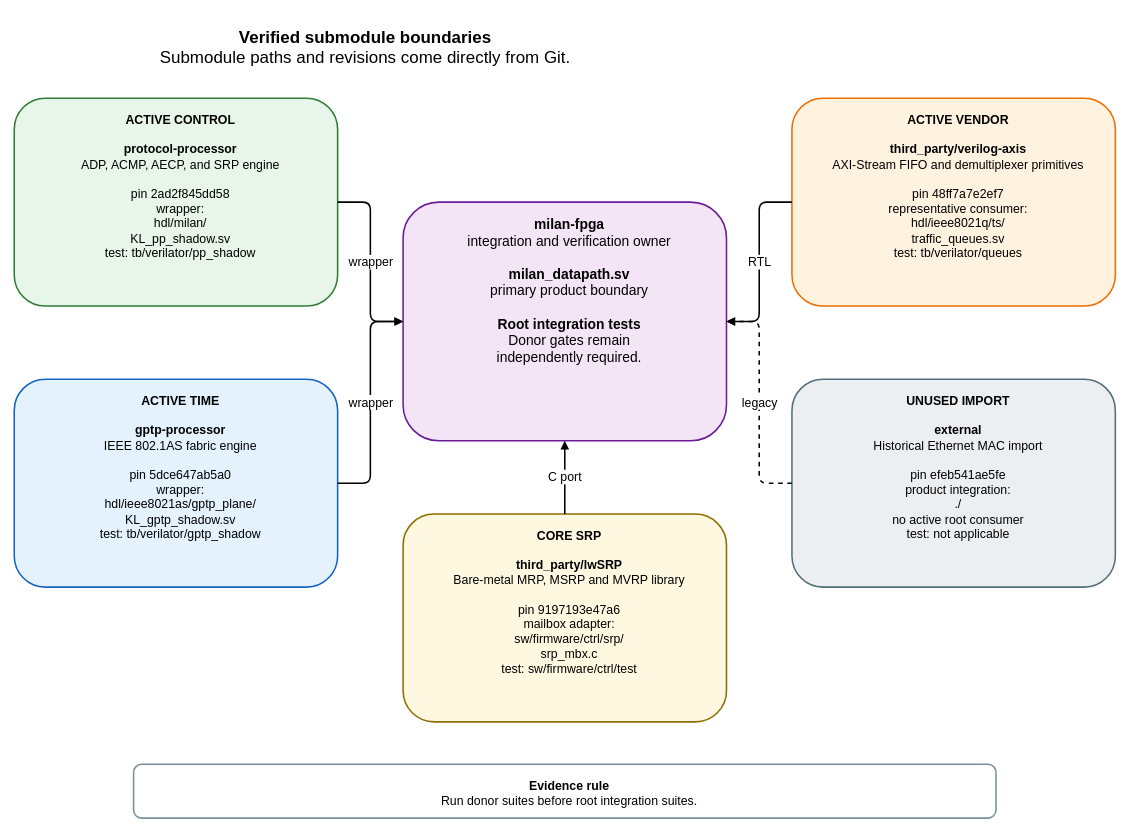
Earlier version of the draw.io diagram docs/diagrams/submodule_boundaries.drawio (kebag-logic/milan-fpga). Source tidied: cells renumbered, new cells numbered last; positions are measured from the earlier drawing's top-left corner, leaving out a move shared by most shapes. Both pictures are drawn from the tidied source at 77%, with x=0, y=0 at pixel (14, 13).
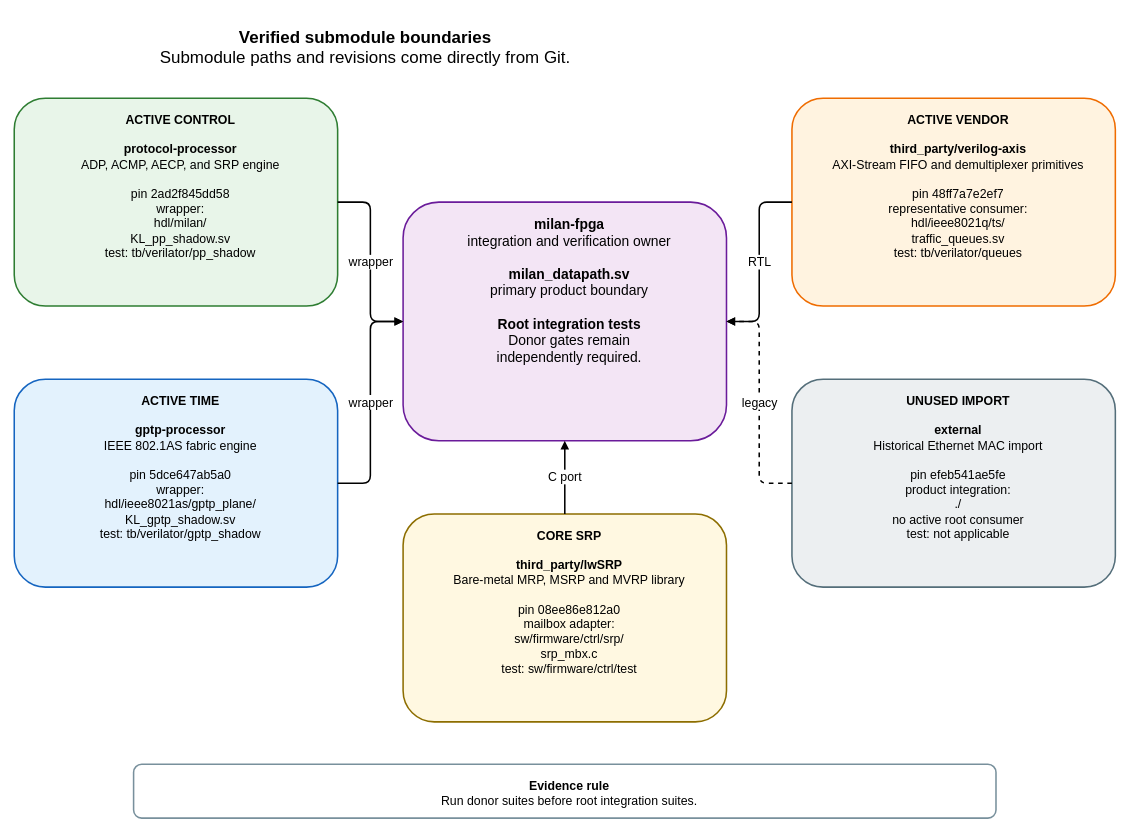
After the change.

Commit message (it also covers changes not shown here):
Adopt lwSRP main 08ee86e8 (grouped MRP Messages) and move its pin, ledger row, diagram and prose

What changed in the source:
```diff
@@
 <mxGraphModel>
   <root>
     <mxCell id="0" />
     <mxCell id="1" parent="0" />
     <mxCell id="2" value="&lt;b&gt;Verified submodule boundaries&lt;/b&gt;&lt;br&gt;Submodule paths and revisions come directly from Git." style="rounded=1;whiteSpace=wrap;html=1;verticalAlign=top;spacingTop=12;spacingLeft=12;fontSize=22;fontFamily=Helvetica;fillColor=none;strokeColor=none;strokeWidth=2;" parent="1" vertex="1">
       <mxGeometry width="900" height="65" as="geometry" />
     </mxCell>
     <mxCell id="3" value="&lt;b&gt;milan-fpga&lt;/b&gt;&lt;br&gt;integration and verification owner&lt;br&gt;&lt;br&gt;&lt;b&gt;milan_datapath.sv&lt;/b&gt;&lt;br&gt;primary product boundary&lt;br&gt;&lt;br&gt;&lt;b&gt;Root integration tests&lt;/b&gt;&lt;br&gt;Donor gates remain&lt;br&gt;independently required." style="rounded=1;whiteSpace=wrap;html=1;verticalAlign=top;spacingTop=12;spacingLeft=12;fontSize=18;fontFamily=Helvetica;fillColor=#F3E5F5;strokeColor=#6A1B9A;strokeWidth=2;" parent="1" vertex="1">
       <mxGeometry x="505" y="245" width="420" height="310" as="geometry" />
     </mxCell>
     <mxCell id="4" value="&lt;b&gt;ACTIVE CONTROL&lt;/b&gt;&lt;br&gt;&lt;br&gt;&lt;b&gt;protocol-processor&lt;/b&gt;&lt;br&gt;ADP, ACMP, AECP, and SRP engine&lt;br&gt;&lt;br&gt;pin 2ad2f845dd58&lt;br&gt;wrapper:&lt;br&gt;hdl/milan/&lt;br&gt;KL_pp_shadow.sv&lt;br&gt;test: tb/verilator/pp_shadow" style="rounded=1;whiteSpace=wrap;html=1;verticalAlign=top;spacingTop=12;spacingLeft=12;fontSize=16;fontFamily=Helvetica;fillColor=#E8F5E9;strokeColor=#2E7D32;strokeWidth=2;" parent="1" vertex="1">
       <mxGeometry y="110" width="420" height="270" as="geometry" />
     </mxCell>
     <mxCell id="5" value="&lt;b&gt;ACTIVE TIME&lt;/b&gt;&lt;br&gt;&lt;br&gt;&lt;b&gt;gptp-processor&lt;/b&gt;&lt;br&gt;IEEE 802.1AS fabric engine&lt;br&gt;&lt;br&gt;pin 5dce647ab5a0&lt;br&gt;wrapper:&lt;br&gt;hdl/ieee8021as/gptp_plane/&lt;br&gt;KL_gptp_shadow.sv&lt;br&gt;test: tb/verilator/gptp_shadow" style="rounded=1;whiteSpace=wrap;html=1;verticalAlign=top;spacingTop=12;spacingLeft=12;fontSize=16;fontFamily=Helvetica;fillColor=#E3F2FD;strokeColor=#1565C0;strokeWidth=2;" parent="1" vertex="1">
       <mxGeometry y="475" width="420" height="270" as="geometry" />
     </mxCell>
     <mxCell id="6" value="&lt;b&gt;ACTIVE VENDOR&lt;/b&gt;&lt;br&gt;&lt;br&gt;&lt;b&gt;third_party/verilog-axis&lt;/b&gt;&lt;br&gt;AXI-Stream FIFO and demultiplexer primitives&lt;br&gt;&lt;br&gt;pin 48ff7a7e2ef7&lt;br&gt;representative consumer:&lt;br&gt;hdl/ieee8021q/ts/&lt;br&gt;traffic_queues.sv&lt;br&gt;test: tb/verilator/queues" style="rounded=1;whiteSpace=wrap;html=1;verticalAlign=top;spacingTop=12;spacingLeft=12;fontSize=16;fontFamily=Helvetica;fillColor=#FFF3E0;strokeColor=#EF6C00;strokeWidth=2;" parent="1" vertex="1">
       <mxGeometry x="1010" y="110" width="420" height="270" as="geometry" />
     </mxCell>
     <mxCell id="7" value="&lt;b&gt;UNUSED IMPORT&lt;/b&gt;&lt;br&gt;&lt;br&gt;&lt;b&gt;external&lt;/b&gt;&lt;br&gt;Historical Ethernet MAC import&lt;br&gt;&lt;br&gt;pin efeb541ae5fe&lt;br&gt;product integration:&lt;br&gt;./&lt;br&gt;no active root consumer&lt;br&gt;test: not applicable" style="rounded=1;whiteSpace=wrap;html=1;verticalAlign=top;spacingTop=12;spacingLeft=12;fontSize=16;fontFamily=Helvetica;fillColor=#ECEFF1;strokeColor=#546E7A;strokeWidth=2;" parent="1" vertex="1">
       <mxGeometry x="1010" y="475" width="420" height="270" as="geometry" />
     </mxCell>
-    <mxCell id="8" value="&lt;b&gt;CORE SRP&lt;/b&gt;&lt;br&gt;&lt;br&gt;&lt;b&gt;third_party/lwSRP&lt;/b&gt;&lt;br&gt;Bare-metal MRP, MSRP and MVRP library&lt;br&gt;&lt;br&gt;pin 9197193e47a6&lt;br&gt;mailbox adapter:&lt;br&gt;sw/firmware/ctrl/srp/&lt;br&gt;srp_mbx.c&lt;br&gt;test: sw/firmware/ctrl/test" style="rounded=1;whiteSpace=wrap;html=1;verticalAlign=top;spacingTop=12;spacingLeft=12;fontSize=16;fontFamily=Helvetica;fillColor=#FFF8E1;strokeColor=#8D6E00;strokeWidth=2;" parent="1" vertex="1">
+    <mxCell id="8" value="&lt;b&gt;CORE SRP&lt;/b&gt;&lt;br&gt;&lt;br&gt;&lt;b&gt;third_party/lwSRP&lt;/b&gt;&lt;br&gt;Bare-metal MRP, MSRP and MVRP library&lt;br&gt;&lt;br&gt;pin 08ee86e812a0&lt;br&gt;mailbox adapter:&lt;br&gt;sw/firmware/ctrl/srp/&lt;br&gt;srp_mbx.c&lt;br&gt;test: sw/firmware/ctrl/test" style="rounded=1;whiteSpace=wrap;html=1;verticalAlign=top;spacingTop=12;spacingLeft=12;fontSize=16;fontFamily=Helvetica;fillColor=#FFF8E1;strokeColor=#8D6E00;strokeWidth=2;" parent="1" vertex="1">
       <mxGeometry x="505" y="650" width="420" height="270" as="geometry" />
     </mxCell>
     <mxCell id="9" value="wrapper" style="edgeStyle=orthogonalEdgeStyle;rounded=1;jettySize=auto;html=1;endArrow=block;endFill=1;strokeWidth=2;fontSize=16;fontFamily=Helvetica;labelBackgroundColor=#FFFFFF;" parent="1" edge="1" source="4" target="3">
       <mxGeometry relative="1" as="geometry" />
     </mxCell>
     <mxCell id="10" value="wrapper" style="edgeStyle=orthogonalEdgeStyle;rounded=1;jettySize=auto;html=1;endArrow=block;endFill=1;strokeWidth=2;fontSize=16;fontFamily=Helvetica;labelBackgroundColor=#FFFFFF;" parent="1" edge="1" source="5" target="3">
       <mxGeometry relative="1" as="geometry" />
     </mxCell>
     <mxCell id="11" value="RTL" style="edgeStyle=orthogonalEdgeStyle;rounded=1;jettySize=auto;html=1;endArrow=block;endFill=1;strokeWidth=2;fontSize=16;fontFamily=Helvetica;labelBackgroundColor=#FFFFFF;" parent="1" edge="1" source="6" target="3">
       <mxGeometry relative="1" as="geometry" />
     </mxCell>
     <mxCell id="12" value="legacy" style="edgeStyle=orthogonalEdgeStyle;rounded=1;jettySize=auto;html=1;endArrow=block;endFill=1;strokeWidth=2;fontSize=16;fontFamily=Helvetica;labelBackgroundColor=#FFFFFF;dashed=1;" parent="1" edge="1" source="7" target="3">
       <mxGeometry relative="1" as="geometry" />
     </mxCell>
     <mxCell id="13" value="C port" style="edgeStyle=orthogonalEdgeStyle;rounded=1;jettySize=auto;html=1;endArrow=block;endFill=1;strokeWidth=2;fontSize=16;fontFamily=Helvetica;labelBackgroundColor=#FFFFFF;" parent="1" edge="1" source="8" target="3">
       <mxGeometry relative="1" as="geometry" />
     </mxCell>
     <mxCell id="14" value="&lt;b&gt;Evidence rule&lt;/b&gt;&lt;br&gt;Run donor suites before root integration suites." style="rounded=1;whiteSpace=wrap;html=1;verticalAlign=top;spacingTop=12;spacingLeft=12;fontSize=16;fontFamily=Helvetica;fillColor=#FFFFFF;strokeColor=#78909C;strokeWidth=2;" parent="1" vertex="1">
       <mxGeometry x="155" y="975" width="1120" height="70" as="geometry" />
     </mxCell>
   </root>
 </mxGraphModel>
```
